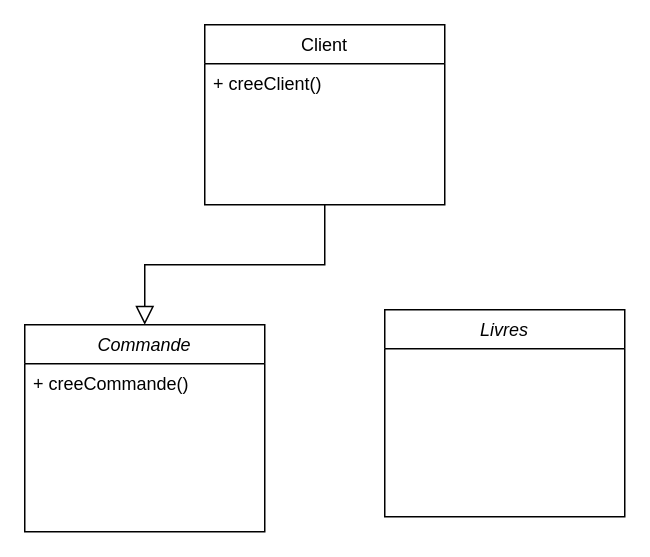
Above: TP/TP.drawio in LukaLai/Patterns-Csharp (draw.io), before the change. Source tidied: cells renumbered, new cells numbered last; positions are measured from the earlier drawing's top-left corner, leaving out a move shared by most shapes. Both pictures are drawn from the tidied source at 150%, with x=0, y=0 at pixel (24, 24).
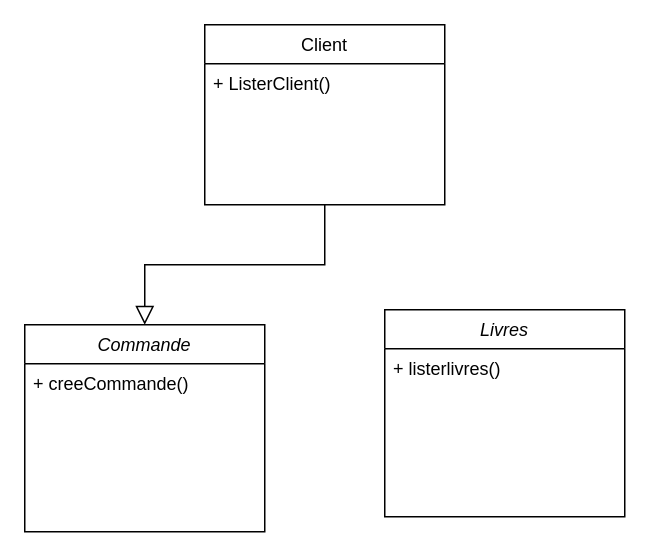
The same diagram, later.

Diff of the diagram source:
```diff
@@
 <mxGraphModel>
   <root>
     <mxCell id="0" />
     <mxCell id="1" parent="0" />
     <mxCell id="2" value="Commande" style="swimlane;fontStyle=2;align=center;verticalAlign=top;horizontal=1;startSize=26;rounded=0;shadow=0;strokeWidth=1;" parent="1" vertex="1">
       <mxGeometry y="200" width="160" height="138" as="geometry" />
     </mxCell>
     <mxCell id="3" value="+ creeCommande()" style="text;align=left;verticalAlign=top;spacingLeft=4;spacingRight=4;overflow=hidden;" parent="2" vertex="1">
       <mxGeometry y="26" width="160" height="26" as="geometry" />
     </mxCell>
     <mxCell id="4" value="Client" style="swimlane;fontStyle=0;align=center;verticalAlign=top;horizontal=1;startSize=26;rounded=0;shadow=0;strokeWidth=1;" parent="1" vertex="1">
       <mxGeometry x="120" width="160" height="120" as="geometry" />
     </mxCell>
-    <mxCell id="5" value="+ creeClient()" style="text;align=left;verticalAlign=top;spacingLeft=4;spacingRight=4;overflow=hidden;" parent="4" vertex="1">
+    <mxCell id="5" value="+ ListerClient()" style="text;align=left;verticalAlign=top;spacingLeft=4;spacingRight=4;overflow=hidden;" parent="4" vertex="1">
       <mxGeometry y="26" width="160" height="26" as="geometry" />
     </mxCell>
     <mxCell id="6" style="endArrow=block;endSize=10;endFill=0;shadow=0;strokeWidth=1;rounded=0;edgeStyle=elbowEdgeStyle;elbow=vertical;" parent="1" edge="1" source="4" target="2">
       <mxGeometry relative="1" as="geometry" />
     </mxCell>
     <mxCell id="7" value="Livres" style="swimlane;fontStyle=2;align=center;verticalAlign=top;horizontal=1;startSize=26;rounded=0;shadow=0;strokeWidth=1;" parent="1" vertex="1">
       <mxGeometry x="240" y="190" width="160" height="138" as="geometry" />
     </mxCell>
+    <mxCell id="8" value="+ listerlivres()" style="text;align=left;verticalAlign=top;spacingLeft=4;spacingRight=4;overflow=hidden;" parent="7" vertex="1">
+      <mxGeometry y="26" width="160" height="24" as="geometry" />
+    </mxCell>
   </root>
 </mxGraphModel>
```
